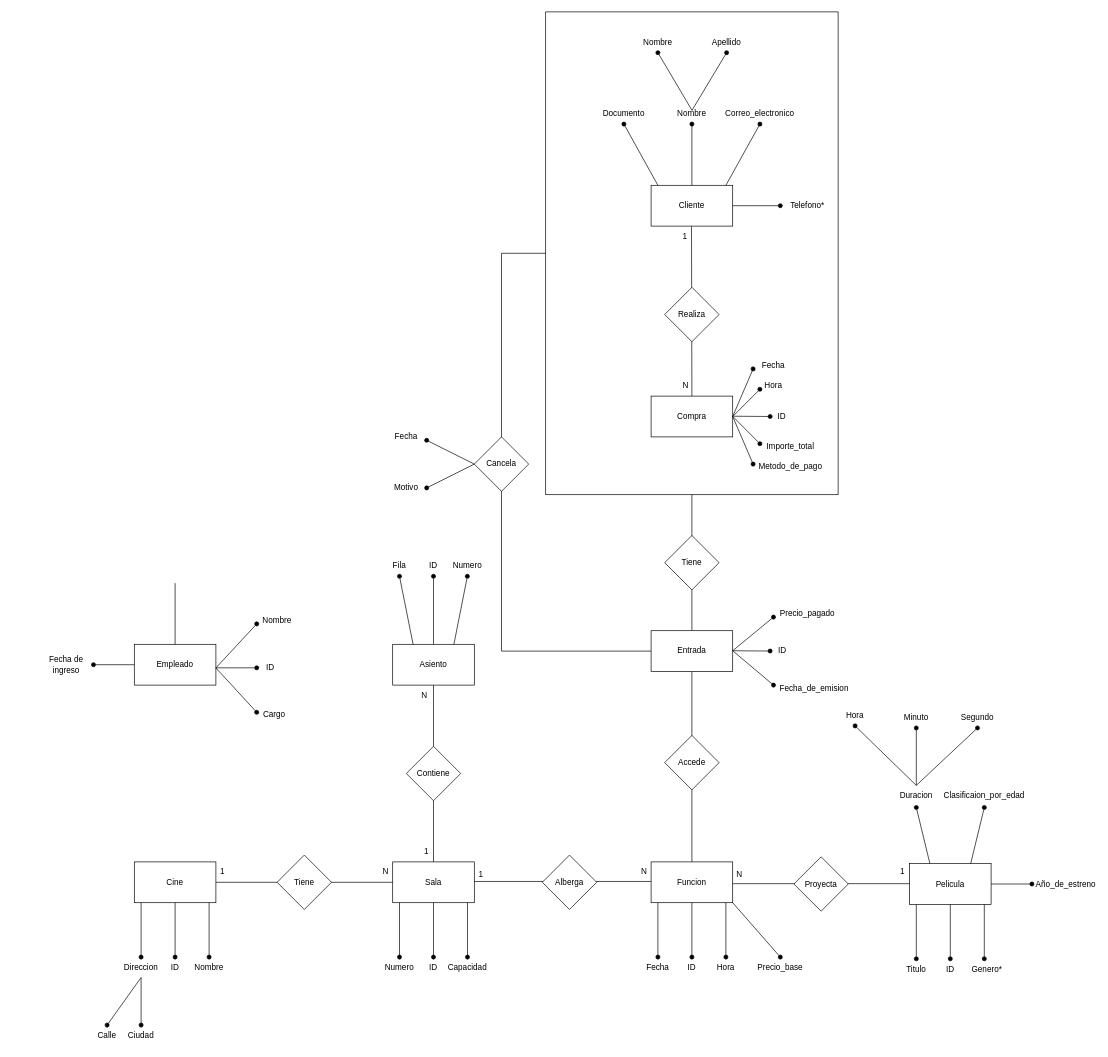
This is Proyecto_final_cine.drawio from nXD643/Projecto-Final-Cine, a draw.io file, before an edit. Source tidied: cells renumbered, new cells numbered last; positions are measured from the earlier drawing's top-left corner, leaving out a move shared by most shapes. Both pictures are drawn from the tidied source at 68%, with x=0, y=0 at pixel (46, 12).
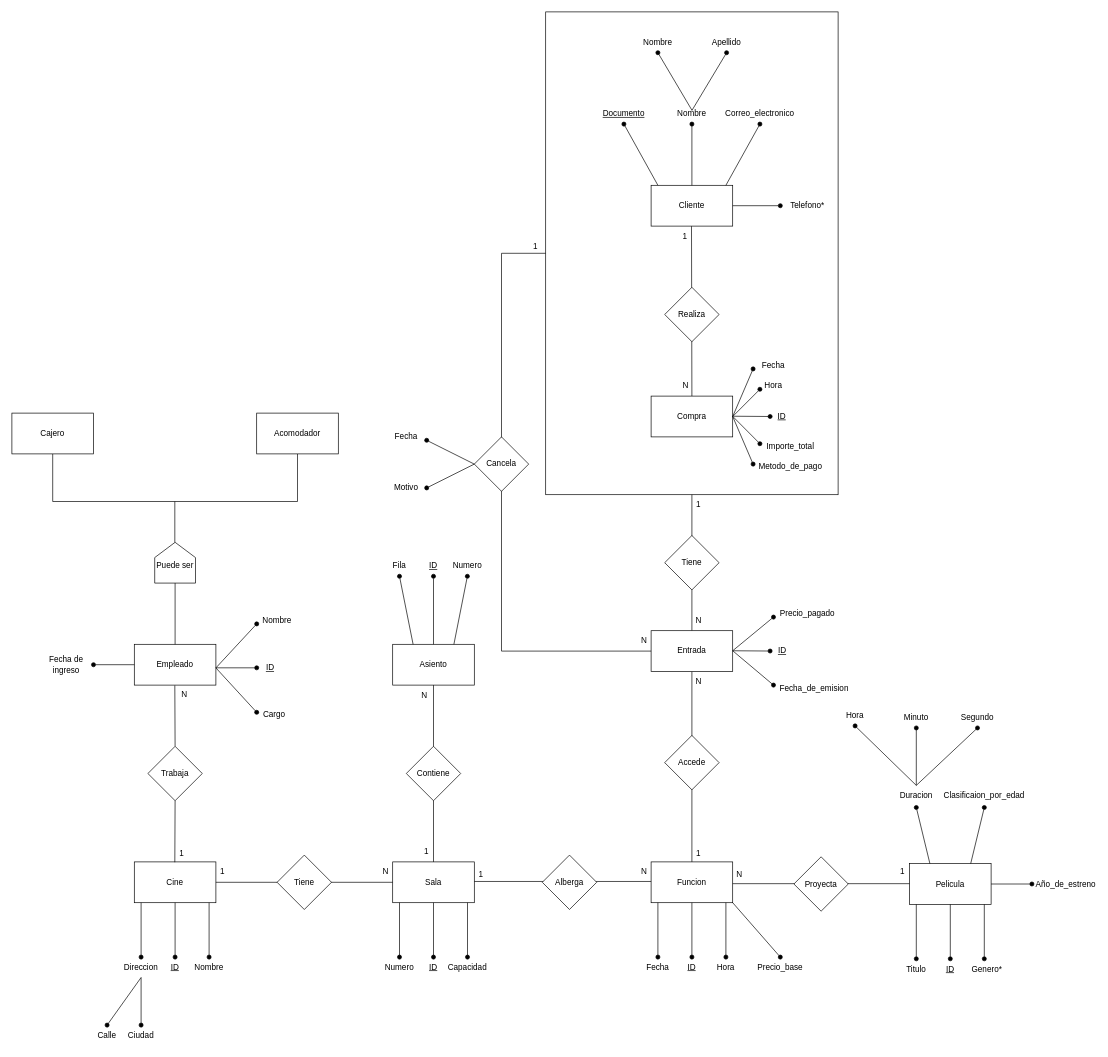
The same diagram, later.

Commit message (it also covers changes not shown here):
Se modifica DER

The edit, as a diff of the source:
```diff
@@
-    <mxCell id="6" value="ID" style="text;html=1;whiteSpace=wrap;strokeColor=none;fillColor=none;align=center;verticalAlign=middle;rounded=0;" parent="1" vertex="1">
+    <mxCell id="6" value="&lt;u&gt;ID&lt;/u&gt;" style="text;html=1;whiteSpace=wrap;strokeColor=none;fillColor=none;align=center;verticalAlign=middle;rounded=0;" parent="1" vertex="1">
       <mxGeometry x="160" y="1390" width="60" height="30" as="geometry" />
     </mxCell>
@@
-    <mxCell id="21" value="ID" style="text;html=1;whiteSpace=wrap;strokeColor=none;fillColor=none;align=center;verticalAlign=middle;rounded=0;" parent="1" vertex="1">
+    <mxCell id="21" value="&lt;u&gt;ID&lt;/u&gt;" style="text;html=1;whiteSpace=wrap;strokeColor=none;fillColor=none;align=center;verticalAlign=middle;rounded=0;" parent="1" vertex="1">
       <mxGeometry x="540" y="1390" width="60" height="30" as="geometry" />
     </mxCell>
@@
-    <mxCell id="30" value="ID" style="text;html=1;whiteSpace=wrap;strokeColor=none;fillColor=none;align=center;verticalAlign=middle;rounded=0;" parent="1" vertex="1">
+    <mxCell id="30" value="&lt;u&gt;ID&lt;/u&gt;" style="text;html=1;whiteSpace=wrap;strokeColor=none;fillColor=none;align=center;verticalAlign=middle;rounded=0;" parent="1" vertex="1">
       <mxGeometry x="540" y="800" width="60" height="30" as="geometry" />
     </mxCell>
@@
-    <mxCell id="40" value="ID" style="text;html=1;whiteSpace=wrap;strokeColor=none;fillColor=none;align=center;verticalAlign=middle;rounded=0;" parent="1" vertex="1">
+    <mxCell id="40" value="&lt;u&gt;ID&lt;/u&gt;" style="text;html=1;whiteSpace=wrap;strokeColor=none;fillColor=none;align=center;verticalAlign=middle;rounded=0;" parent="1" vertex="1">
       <mxGeometry x="920" y="1390" width="60" height="30" as="geometry" />
     </mxCell>
@@
-    <mxCell id="52" value="ID" style="text;html=1;whiteSpace=wrap;strokeColor=none;fillColor=none;align=center;verticalAlign=middle;rounded=0;" parent="1" vertex="1">
+    <mxCell id="52" value="&lt;u&gt;ID&lt;/u&gt;" style="text;html=1;whiteSpace=wrap;strokeColor=none;fillColor=none;align=center;verticalAlign=middle;rounded=0;" parent="1" vertex="1">
       <mxGeometry x="1300" y="1392.5" width="60" height="30" as="geometry" />
     </mxCell>
@@
-    <mxCell id="84" value="Documento" style="text;html=1;whiteSpace=wrap;strokeColor=none;fillColor=none;align=center;verticalAlign=middle;rounded=0;" parent="1" vertex="1">
+    <mxCell id="84" value="&lt;u&gt;Documento&lt;/u&gt;" style="text;html=1;whiteSpace=wrap;strokeColor=none;fillColor=none;align=center;verticalAlign=middle;rounded=0;" parent="1" vertex="1">
       <mxGeometry x="820" y="135" width="60" height="30" as="geometry" />
     </mxCell>
@@
-    <mxCell id="97" value="ID" style="text;html=1;whiteSpace=wrap;strokeColor=none;fillColor=none;align=center;verticalAlign=middle;rounded=0;" parent="1" vertex="1">
+    <mxCell id="97" value="&lt;u&gt;ID&lt;/u&gt;" style="text;html=1;whiteSpace=wrap;strokeColor=none;fillColor=none;align=center;verticalAlign=middle;rounded=0;" parent="1" vertex="1">
       <mxGeometry x="1065" y="580" width="35" height="30" as="geometry" />
     </mxCell>
@@
-    <mxCell id="114" value="ID" style="text;html=1;whiteSpace=wrap;strokeColor=none;fillColor=none;align=center;verticalAlign=middle;rounded=0;" parent="1" vertex="1">
+    <mxCell id="114" value="&lt;u&gt;ID&lt;/u&gt;" style="text;html=1;whiteSpace=wrap;strokeColor=none;fillColor=none;align=center;verticalAlign=middle;rounded=0;" parent="1" vertex="1">
       <mxGeometry x="1052.5" y="925" width="60" height="30" as="geometry" />
     </mxCell>
@@
-    <mxCell id="125" value="ID" style="text;html=1;whiteSpace=wrap;strokeColor=none;fillColor=none;align=center;verticalAlign=middle;rounded=0;" parent="1" vertex="1">
+    <mxCell id="125" value="&lt;u&gt;ID&lt;/u&gt;" style="text;html=1;whiteSpace=wrap;strokeColor=none;fillColor=none;align=center;verticalAlign=middle;rounded=0;" parent="1" vertex="1">
       <mxGeometry x="300" y="950" width="60" height="30" as="geometry" />
     </mxCell>
@@
+    <mxCell id="134" style="shape=offPageConnector;whiteSpace=wrap;html=1;rotation=-180;" parent="1" vertex="1">
+      <mxGeometry x="160" y="780" width="60" height="60" as="geometry" />
+    </mxCell>
+    <mxCell id="135" style="endArrow=none;html=1;rounded=0;exitX=0.5;exitY=0;exitDx=0;exitDy=0;" parent="1" edge="1">
+      <mxGeometry relative="1" as="geometry">
+        <mxPoint x="189.6" y="780" as="sourcePoint" />
+        <mxPoint x="189.6" y="720" as="targetPoint" />
+      </mxGeometry>
+    </mxCell>
+    <mxCell id="136" style="endArrow=none;html=1;rounded=0;" parent="1" edge="1">
+      <mxGeometry relative="1" as="geometry">
+        <mxPoint x="370" y="720" as="sourcePoint" />
+        <mxPoint x="10" y="720" as="targetPoint" />
+      </mxGeometry>
+    </mxCell>
+    <mxCell id="137" style="endArrow=none;html=1;rounded=0;" parent="1" edge="1">
+      <mxGeometry relative="1" as="geometry">
+        <mxPoint x="10" y="720" as="sourcePoint" />
+        <mxPoint x="10" y="650" as="targetPoint" />
+      </mxGeometry>
+    </mxCell>
+    <mxCell id="138" style="endArrow=none;html=1;rounded=0;" parent="1" edge="1">
+      <mxGeometry relative="1" as="geometry">
+        <mxPoint x="370" y="720" as="sourcePoint" />
+        <mxPoint x="370" y="650" as="targetPoint" />
+      </mxGeometry>
+    </mxCell>
+    <mxCell id="139" value="Puede ser" style="text;html=1;whiteSpace=wrap;strokeColor=none;fillColor=none;align=center;verticalAlign=middle;rounded=0;" parent="1" vertex="1">
+      <mxGeometry x="160" y="800" width="60" height="30" as="geometry" />
+    </mxCell>
+    <mxCell id="140" value="Cajero" style="rounded=0;whiteSpace=wrap;html=1;" parent="1" vertex="1">
+      <mxGeometry x="-50" y="590" width="120" height="60" as="geometry" />
+    </mxCell>
+    <mxCell id="141" value="Acomodador" style="rounded=0;whiteSpace=wrap;html=1;" parent="1" vertex="1">
+      <mxGeometry x="310" y="590" width="120" height="60" as="geometry" />
+    </mxCell>
+    <mxCell id="142" style="endArrow=none;html=1;rounded=0;exitX=0.5;exitY=1;exitDx=0;exitDy=0;entryX=0.5;entryY=0;entryDx=0;entryDy=0;" parent="1" edge="1" source="144">
+      <mxGeometry relative="1" as="geometry">
+        <mxPoint x="189.6" y="1250.5" as="targetPoint" />
+      </mxGeometry>
+    </mxCell>
+    <mxCell id="143" style="endArrow=none;html=1;rounded=0;exitX=0.5;exitY=1;exitDx=0;exitDy=0;entryX=0.5;entryY=0;entryDx=0;entryDy=0;" parent="1" edge="1" target="144">
+      <mxGeometry relative="1" as="geometry">
+        <mxPoint x="189.6" y="990.5" as="sourcePoint" />
+      </mxGeometry>
+    </mxCell>
+    <mxCell id="144" value="&lt;div&gt;&lt;br/&gt;&lt;/div&gt;" style="rhombus;whiteSpace=wrap;html=1;shapeInside=1;direction=south;rotation=-90;" parent="1" vertex="1">
+      <mxGeometry x="150" y="1080" width="80" height="80" as="geometry" />
+    </mxCell>
+    <mxCell id="145" value="Trabaja" style="text;html=1;whiteSpace=wrap;strokeColor=none;fillColor=none;align=center;verticalAlign=middle;rounded=0;" parent="1" vertex="1">
+      <mxGeometry x="160" y="1105" width="60" height="30" as="geometry" />
+    </mxCell>
+    <mxCell id="146" value="1" style="text;html=1;whiteSpace=wrap;strokeColor=none;fillColor=none;align=center;verticalAlign=middle;rounded=0;" parent="1" vertex="1">
+      <mxGeometry x="170" y="1222.5" width="60" height="30" as="geometry" />
+    </mxCell>
+    <mxCell id="147" value="N" style="text;html=1;whiteSpace=wrap;strokeColor=none;fillColor=none;align=center;verticalAlign=middle;rounded=0;" parent="1" vertex="1">
+      <mxGeometry x="174" y="989" width="60" height="30" as="geometry" />
+    </mxCell>
+    <mxCell id="148" value="1" style="text;html=1;whiteSpace=wrap;strokeColor=none;fillColor=none;align=center;verticalAlign=middle;rounded=0;" parent="1" vertex="1">
+      <mxGeometry x="930" y="1222.5" width="60" height="30" as="geometry" />
+    </mxCell>
+    <mxCell id="149" value="N" style="text;html=1;whiteSpace=wrap;strokeColor=none;fillColor=none;align=center;verticalAlign=middle;rounded=0;" parent="1" vertex="1">
+      <mxGeometry x="930" y="970" width="60" height="30" as="geometry" />
+    </mxCell>
+    <mxCell id="150" value="N" style="text;html=1;whiteSpace=wrap;strokeColor=none;fillColor=none;align=center;verticalAlign=middle;rounded=0;" parent="1" vertex="1">
+      <mxGeometry x="930" y="880" width="60" height="30" as="geometry" />
+    </mxCell>
+    <mxCell id="151" value="1" style="text;html=1;whiteSpace=wrap;strokeColor=none;fillColor=none;align=center;verticalAlign=middle;rounded=0;" parent="1" vertex="1">
+      <mxGeometry x="930" y="710" width="60" height="30" as="geometry" />
+    </mxCell>
+    <mxCell id="152" value="N" style="text;html=1;whiteSpace=wrap;strokeColor=none;fillColor=none;align=center;verticalAlign=middle;rounded=0;" parent="1" vertex="1">
+      <mxGeometry x="850" y="910" width="60" height="30" as="geometry" />
+    </mxCell>
+    <mxCell id="153" value="1" style="text;html=1;whiteSpace=wrap;strokeColor=none;fillColor=none;align=center;verticalAlign=middle;rounded=0;" parent="1" vertex="1">
+      <mxGeometry x="690" y="330" width="60" height="30" as="geometry" />
+    </mxCell>
```
